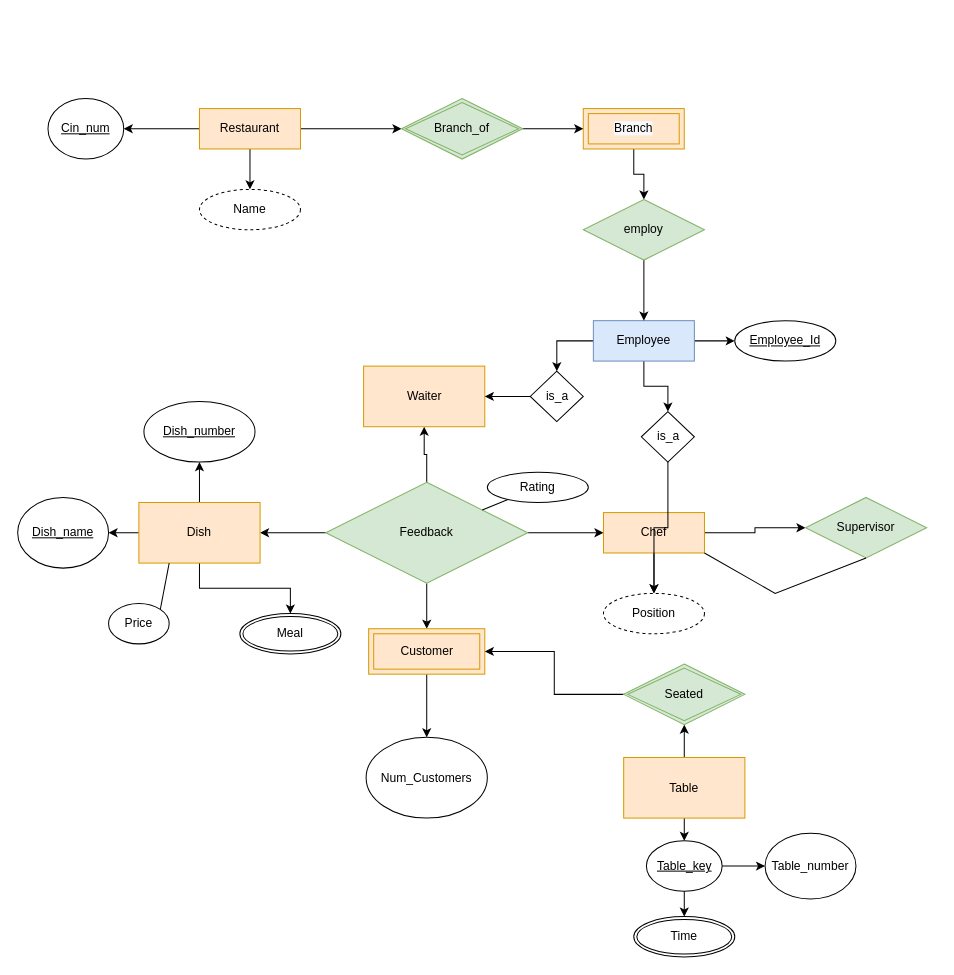
Before: Restaurant Ratings.drawio in sarthaka1310/DAA, a draw.io diagram. Source tidied: cells renumbered, new cells numbered last; positions are measured from the earlier drawing's top-left corner, leaving out a move shared by most shapes. Both pictures are drawn from the tidied source at 101%, with x=0, y=0 at pixel (17, 98).
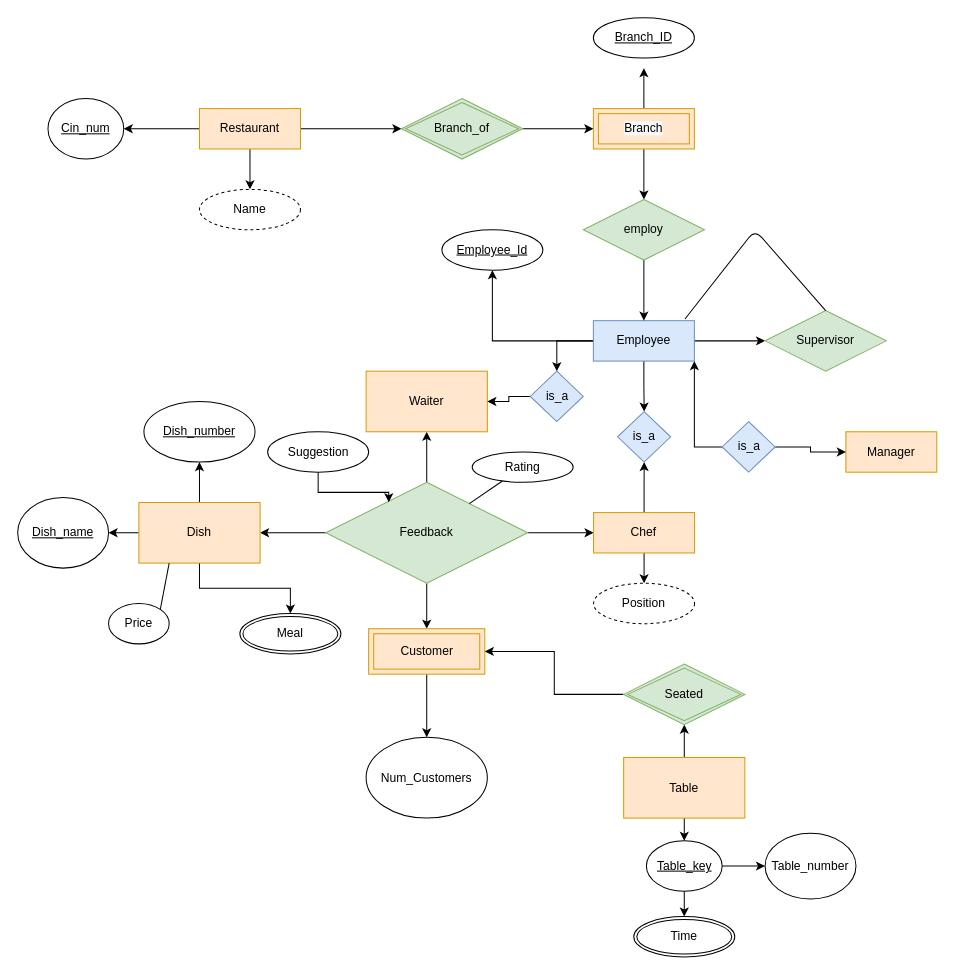
Above is the later version.

Unchanged cells that the change refers to:
```xml
<mxCell id="6" value="Feedback" style="rhombus;whiteSpace=wrap;html=1;fillColor=#d5e8d4;strokeColor=#82b366;" parent="1" vertex="1">
  <mxGeometry x="305" y="380" width="200" height="100" as="geometry" />
</mxCell>
<mxCell id="22" value="Employee" style="whiteSpace=wrap;html=1;align=center;fillColor=#dae8fc;strokeColor=#6c8ebf;" parent="1" vertex="1">
  <mxGeometry x="570" y="220" width="100" height="40" as="geometry" />
</mxCell>
```

Diff of the diagram source:
```diff
@@
-    <mxCell id="8" style="edgeStyle=orthogonalEdgeStyle;rounded=0;jettySize=auto;html=1;" parent="1" edge="1" source="9" target="53">
-      <mxGeometry relative="1" as="geometry" />
-    </mxCell>
+    <mxCell id="59" style="edgeStyle=orthogonalEdgeStyle;rounded=0;jettySize=auto;html=1;" parent="1" edge="1" source="9" target="56">
+      <mxGeometry relative="1" as="geometry" />
+    </mxCell>
     <mxCell id="9" value="Chef" style="whiteSpace=wrap;html=1;align=center;fillColor=#ffe6cc;strokeColor=#d79b00;" parent="1" vertex="1">
-      <mxGeometry x="580" y="410" width="100" height="40" as="geometry" />
+      <mxGeometry x="570.2" y="410" width="100" height="40" as="geometry" />
     </mxCell>
@@
     <mxCell id="17" value="Waiter" style="whiteSpace=wrap;html=1;fillColor=#ffe6cc;strokeColor=#d79b00;" parent="1" vertex="1">
-      <mxGeometry x="342.5" y="265" width="120" height="60" as="geometry" />
+      <mxGeometry x="345" y="270" width="120" height="60" as="geometry" />
     </mxCell>
     <mxCell id="18" value="Rating" style="ellipse;whiteSpace=wrap;html=1;align=center;fontStyle=0;" parent="1" vertex="1">
-      <mxGeometry x="465" y="370" width="100" height="30" as="geometry" />
+      <mxGeometry x="450" y="350" width="100" height="30" as="geometry" />
     </mxCell>
@@
+    <mxCell id="60" style="edgeStyle=orthogonalEdgeStyle;rounded=0;jettySize=auto;html=1;" parent="1" edge="1" source="22" target="53">
+      <mxGeometry relative="1" as="geometry" />
+    </mxCell>
@@
     <mxCell id="30" value="Position" style="ellipse;whiteSpace=wrap;html=1;align=center;dashed=1;" parent="1" vertex="1">
-      <mxGeometry x="580" y="490" width="100" height="40" as="geometry" />
+      <mxGeometry x="570.2" y="480" width="100" height="40" as="geometry" />
     </mxCell>
@@
+    <mxCell id="61" style="edgeStyle=orthogonalEdgeStyle;rounded=0;jettySize=auto;html=1;" parent="1" edge="1" source="39">
+      <mxGeometry relative="1" as="geometry">
+        <mxPoint x="620" y="-30" as="targetPoint" />
+      </mxGeometry>
+    </mxCell>
     <mxCell id="39" value="&#10;&#10;&lt;span style=&quot;color: rgb(0, 0, 0); font-family: helvetica; font-size: 12px; font-style: normal; font-weight: 400; letter-spacing: normal; text-align: center; text-indent: 0px; text-transform: none; word-spacing: 0px; background-color: rgb(248, 249, 250); display: inline; float: none;&quot;&gt;Branch&lt;/span&gt;&#10;&#10;" style="shape=ext;margin=3;double=1;whiteSpace=wrap;html=1;align=center;fillColor=#ffe6cc;strokeColor=#d79b00;" parent="1" vertex="1">
-      <mxGeometry x="560" y="10" width="100" height="40" as="geometry" />
+      <mxGeometry x="570" y="10" width="100" height="40" as="geometry" />
     </mxCell>
@@
     <mxCell id="48" value="Employee_Id" style="ellipse;whiteSpace=wrap;html=1;align=center;fontStyle=4;" parent="1" vertex="1">
-      <mxGeometry x="710" y="220" width="100" height="40" as="geometry" />
+      <mxGeometry x="420" y="130" width="100" height="40" as="geometry" />
     </mxCell>
@@
     <mxCell id="53" value="Supervisor" style="shape=rhombus;perimeter=rhombusPerimeter;whiteSpace=wrap;html=1;align=center;fillColor=#d5e8d4;strokeColor=#82b366;" parent="1" vertex="1">
-      <mxGeometry x="780" y="395" width="120" height="60" as="geometry" />
+      <mxGeometry x="740" y="210" width="120" height="60" as="geometry" />
     </mxCell>
-    <mxCell id="54" style="endArrow=none;html=1;rounded=0;exitX=1;exitY=1;exitDx=0;exitDy=0;entryX=0.5;entryY=1;entryDx=0;entryDy=0;" parent="1" edge="1" source="9" target="53">
-      <mxGeometry relative="1" as="geometry">
-        <Array as="points">
-          <mxPoint x="750" y="490" />
-        </Array>
-      </mxGeometry>
-    </mxCell>
-    <mxCell id="55" style="edgeStyle=orthogonalEdgeStyle;rounded=0;jettySize=auto;html=1;" parent="1" edge="1" source="56" target="30">
-      <mxGeometry relative="1" as="geometry" />
-    </mxCell>
-    <mxCell id="56" value="is_a" style="rhombus;whiteSpace=wrap;html=1;" parent="1" vertex="1">
-      <mxGeometry x="617.5" y="310" width="52.5" height="50" as="geometry" />
+    <mxCell id="56" value="is_a" style="rhombus;whiteSpace=wrap;html=1;fillColor=#dae8fc;strokeColor=#6c8ebf;" parent="1" vertex="1">
+      <mxGeometry x="594" y="310" width="52.5" height="50" as="geometry" />
     </mxCell>
@@
-    <mxCell id="58" value="is_a" style="rhombus;whiteSpace=wrap;html=1;" parent="1" vertex="1">
+    <mxCell id="58" value="is_a" style="rhombus;whiteSpace=wrap;html=1;fillColor=#dae8fc;strokeColor=#6c8ebf;" parent="1" vertex="1">
       <mxGeometry x="507.5" y="270" width="52.5" height="50" as="geometry" />
     </mxCell>
+    <mxCell id="62" style="endArrow=none;html=1;exitX=0.907;exitY=-0.041;exitDx=0;exitDy=0;entryX=0.5;entryY=0;entryDx=0;entryDy=0;exitPerimeter=0;" parent="1" edge="1" source="22" target="53">
+      <mxGeometry relative="1" as="geometry">
+        <Array as="points">
+          <mxPoint x="730" y="130" />
+        </Array>
+      </mxGeometry>
+    </mxCell>
+    <mxCell id="63" value="Manager" style="rounded=0;whiteSpace=wrap;html=1;fillColor=#ffe6cc;strokeColor=#d79b00;" parent="1" vertex="1">
+      <mxGeometry x="820" y="330" width="90" height="40" as="geometry" />
+    </mxCell>
+    <mxCell id="64" style="edgeStyle=orthogonalEdgeStyle;rounded=0;jettySize=auto;html=1;" parent="1" edge="1" source="66" target="63">
+      <mxGeometry relative="1" as="geometry" />
+    </mxCell>
+    <mxCell id="65" style="edgeStyle=orthogonalEdgeStyle;rounded=0;jettySize=auto;html=1;entryX=1;entryY=1;entryDx=0;entryDy=0;" parent="1" edge="1" source="66" target="22">
+      <mxGeometry relative="1" as="geometry" />
+    </mxCell>
+    <mxCell id="66" value="is_a" style="rhombus;whiteSpace=wrap;html=1;fillColor=#dae8fc;strokeColor=#6c8ebf;" parent="1" vertex="1">
+      <mxGeometry x="697.5" y="320" width="52.5" height="50" as="geometry" />
+    </mxCell>
+    <mxCell id="67" style="edgeStyle=orthogonalEdgeStyle;rounded=0;jettySize=auto;html=1;entryX=0.312;entryY=0.198;entryDx=0;entryDy=0;entryPerimeter=0;" parent="1" edge="1" source="68" target="6">
+      <mxGeometry relative="1" as="geometry" />
+    </mxCell>
+    <mxCell id="68" value="Suggestion" style="ellipse;whiteSpace=wrap;html=1;align=center;" parent="1" vertex="1">
+      <mxGeometry x="247.5" y="330" width="100" height="40" as="geometry" />
+    </mxCell>
+    <mxCell id="69" value="Branch_ID" style="ellipse;whiteSpace=wrap;html=1;align=center;fontStyle=4;" parent="1" vertex="1">
+      <mxGeometry x="570" y="-80" width="100" height="40" as="geometry" />
+    </mxCell>
```
